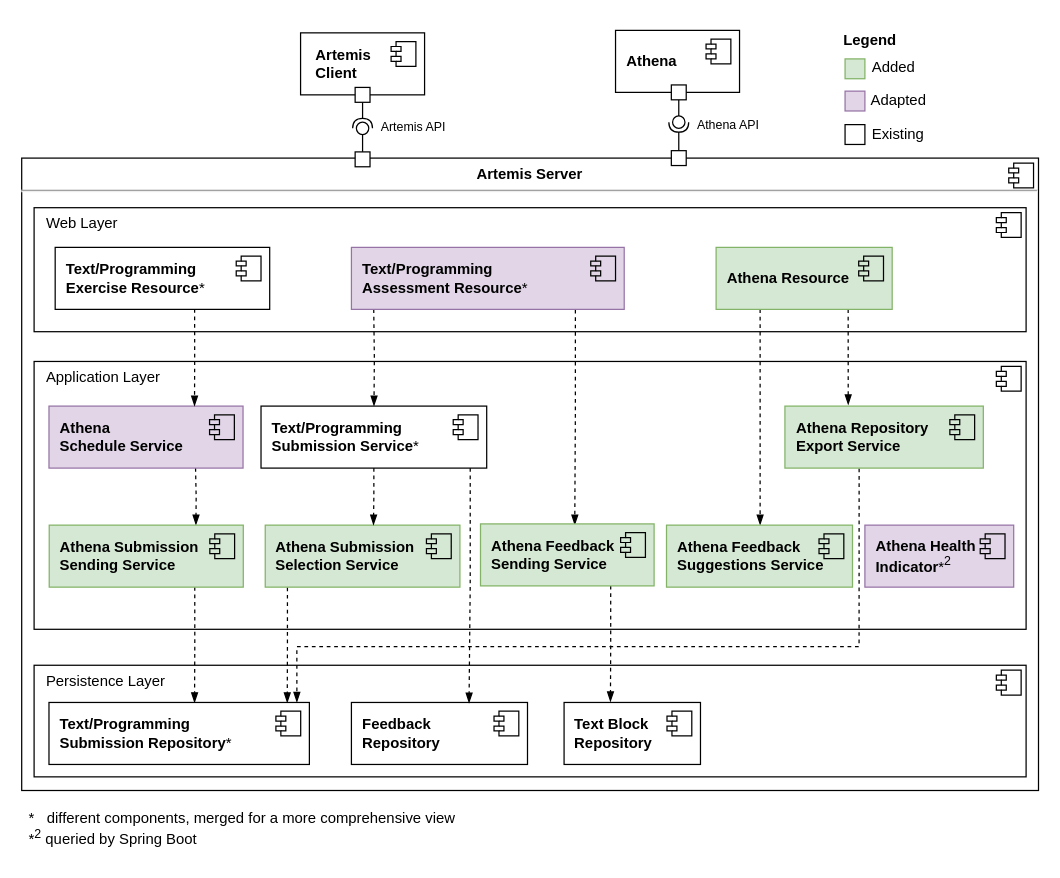
pal03377/master-thesis keeps this draw.io diagram as page "artemis-server" (5 of 11) of figures/src/subsystem-decomposition.drawio. Above is the earlier version. Source tidied: cells renumbered, new cells numbered last; positions are measured from the earlier drawing's top-left corner, leaving out a move shared by most shapes. Both pictures are drawn from the tidied source at 124%, with x=0, y=0 at pixel (21, 21).
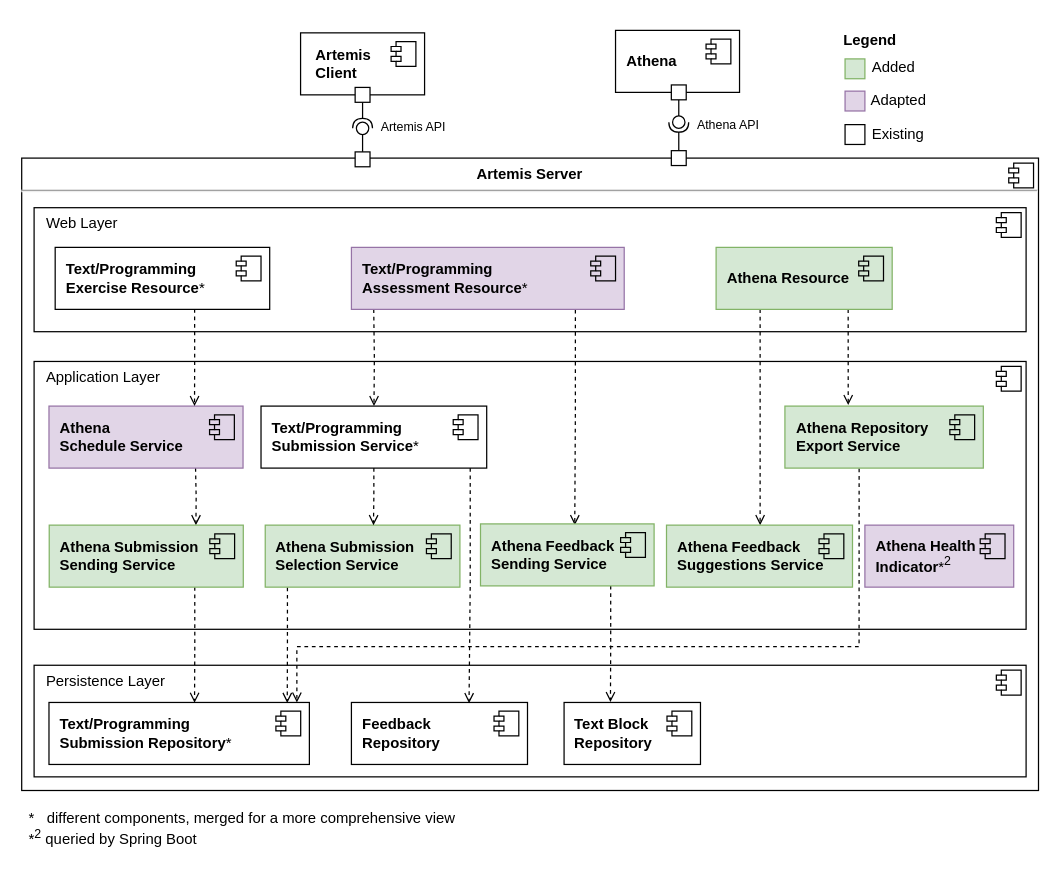
After the change.

The change refers to these unchanged cells:
```xml
<mxCell id="7" value="&lt;b&gt;Athena&lt;br&gt;Schedule Service&lt;/b&gt;" style="html=1;whiteSpace=wrap;align=left;spacingLeft=7;fillColor=#e1d5e7;strokeColor=#9673a6;" parent="1" vertex="1">
  <mxGeometry x="22" y="310" width="156.5" height="50" as="geometry" />
</mxCell>
<mxCell id="23" value="&lt;b&gt;Athena Resource&lt;/b&gt;" style="html=1;whiteSpace=wrap;align=left;spacingLeft=7;fillColor=#d5e8d4;strokeColor=#82b366;" parent="1" vertex="1">
  <mxGeometry x="560" y="182" width="142" height="50" as="geometry" />
</mxCell>
<mxCell id="27" value="&lt;b&gt;Text/Programming&lt;br&gt;Assessment Resource&lt;/b&gt;*" style="html=1;whiteSpace=wrap;align=left;spacingLeft=7;fillColor=#e1d5e7;strokeColor=#9673a6;" parent="1" vertex="1">
  <mxGeometry x="265.9" y="182" width="220" height="50" as="geometry" />
</mxCell>
<mxCell id="30" value="&lt;b&gt;Athena Submission Sending Service&lt;/b&gt;" style="html=1;whiteSpace=wrap;align=left;spacingLeft=7;fillColor=#d5e8d4;strokeColor=#82b366;" parent="1" vertex="1">
  <mxGeometry x="22.2" y="406" width="156.5" height="50" as="geometry" />
</mxCell>
<mxCell id="33" value="&lt;b&gt;Athena Submission Selection Service&lt;/b&gt;" style="html=1;whiteSpace=wrap;align=left;spacingLeft=7;fillColor=#d5e8d4;strokeColor=#82b366;" parent="1" vertex="1">
  <mxGeometry x="196.4" y="406" width="157" height="50" as="geometry" />
</mxCell>
<mxCell id="36" value="&lt;b&gt;Athena Feedback &lt;br&gt;Sending Service&lt;/b&gt;" style="html=1;whiteSpace=wrap;align=left;spacingLeft=7;fillColor=#d5e8d4;strokeColor=#82b366;" parent="1" vertex="1">
  <mxGeometry x="370" y="405" width="140" height="50" as="geometry" />
</mxCell>
<mxCell id="50" value="&lt;b&gt;Text/Programming&lt;br&gt;Submission Repository&lt;/b&gt;*" style="html=1;whiteSpace=wrap;align=left;spacingLeft=7;" parent="1" vertex="1">
  <mxGeometry x="22" y="549" width="210" height="50" as="geometry" />
</mxCell>
<mxCell id="52" value="&lt;b&gt;Feedback&lt;br&gt;Repository&lt;/b&gt;" style="html=1;whiteSpace=wrap;align=left;spacingLeft=7;" parent="1" vertex="1">
  <mxGeometry x="265.9" y="549" width="142" height="50" as="geometry" />
</mxCell>
<mxCell id="54" value="&lt;b&gt;Text Block&lt;br&gt;Repository&lt;/b&gt;" style="html=1;whiteSpace=wrap;align=left;spacingLeft=7;" parent="1" vertex="1">
  <mxGeometry x="437.4" y="549" width="110" height="50" as="geometry" />
</mxCell>
<mxCell id="59" value="&lt;b&gt;Text/Programming Submission Service&lt;/b&gt;*&lt;b&gt;&lt;br&gt;&lt;/b&gt;" style="html=1;whiteSpace=wrap;align=left;spacingLeft=7;" parent="1" vertex="1">
  <mxGeometry x="193" y="310" width="182" height="50" as="geometry" />
</mxCell>
<mxCell id="62" value="&lt;b&gt;Text/Programming&lt;br&gt;Exercise Resource&lt;/b&gt;*" style="html=1;whiteSpace=wrap;align=left;spacingLeft=7;" parent="1" vertex="1">
  <mxGeometry x="27" y="182" width="173" height="50" as="geometry" />
</mxCell>
<mxCell id="73" value="&lt;b&gt;Athena Repository&lt;br&gt;Export Service&lt;br&gt;&lt;/b&gt;" style="html=1;whiteSpace=wrap;align=left;spacingLeft=7;fillColor=#d5e8d4;strokeColor=#82b366;" parent="1" vertex="1">
  <mxGeometry x="615.5" y="310" width="160" height="50" as="geometry" />
</mxCell>
```

What changed in the source:
```diff
@@
-    <mxCell id="6" style="edgeStyle=orthogonalEdgeStyle;rounded=0;orthogonalLoop=1;jettySize=auto;html=1;exitX=0.5;exitY=1;exitDx=0;exitDy=0;entryX=0.5;entryY=0;entryDx=0;entryDy=0;endArrow=blockThin;endFill=1;dashed=1;" parent="1" edge="1">
+    <mxCell id="6" style="edgeStyle=orthogonalEdgeStyle;rounded=0;orthogonalLoop=1;jettySize=auto;html=1;exitX=0.5;exitY=1;exitDx=0;exitDy=0;entryX=0.5;entryY=0;entryDx=0;entryDy=0;endArrow=open;endFill=0;dashed=1;" parent="1" edge="1">
       <mxGeometry relative="1" as="geometry">
         <mxPoint x="140.2" y="360" as="sourcePoint" />
         <mxPoint x="140.5" y="406" as="targetPoint" />
       </mxGeometry>
     </mxCell>
@@
-    <mxCell id="21" style="edgeStyle=orthogonalEdgeStyle;rounded=0;jettySize=auto;html=1;exitX=0.75;exitY=1;exitDx=0;exitDy=0;entryX=0.319;entryY=-0.017;entryDx=0;entryDy=0;entryPerimeter=0;endArrow=blockThin;endFill=1;dashed=1;" parent="1" edge="1" source="23" target="73">
+    <mxCell id="21" style="edgeStyle=orthogonalEdgeStyle;rounded=0;jettySize=auto;html=1;exitX=0.75;exitY=1;exitDx=0;exitDy=0;entryX=0.319;entryY=-0.017;entryDx=0;entryDy=0;entryPerimeter=0;endArrow=open;endFill=0;dashed=1;" parent="1" edge="1" source="23" target="73">
       <mxGeometry relative="1" as="geometry" />
     </mxCell>
-    <mxCell id="22" style="edgeStyle=orthogonalEdgeStyle;rounded=0;jettySize=auto;html=1;exitX=0.25;exitY=1;exitDx=0;exitDy=0;entryX=0.25;entryY=0;entryDx=0;entryDy=0;endArrow=blockThin;endFill=1;dashed=1;" parent="1" edge="1" source="23">
+    <mxCell id="22" style="edgeStyle=orthogonalEdgeStyle;rounded=0;jettySize=auto;html=1;exitX=0.25;exitY=1;exitDx=0;exitDy=0;entryX=0.25;entryY=0;entryDx=0;entryDy=0;endArrow=open;endFill=0;dashed=1;" parent="1" edge="1" source="23">
       <mxGeometry relative="1" as="geometry">
         <mxPoint x="595.5" y="406" as="targetPoint" />
       </mxGeometry>
     </mxCell>
@@
-    <mxCell id="25" style="edgeStyle=orthogonalEdgeStyle;rounded=0;jettySize=auto;html=1;exitX=0.821;exitY=1.006;exitDx=0;exitDy=0;entryX=0.543;entryY=0.02;entryDx=0;entryDy=0;entryPerimeter=0;exitPerimeter=0;endArrow=blockThin;endFill=1;dashed=1;" parent="1" edge="1" source="27" target="36">
+    <mxCell id="25" style="edgeStyle=orthogonalEdgeStyle;rounded=0;jettySize=auto;html=1;exitX=0.821;exitY=1.006;exitDx=0;exitDy=0;entryX=0.543;entryY=0.02;entryDx=0;entryDy=0;entryPerimeter=0;exitPerimeter=0;endArrow=open;endFill=0;dashed=1;" parent="1" edge="1" source="27" target="36">
       <mxGeometry relative="1" as="geometry" />
     </mxCell>
-    <mxCell id="26" style="edgeStyle=orthogonalEdgeStyle;rounded=0;orthogonalLoop=1;jettySize=auto;html=1;exitX=0.25;exitY=1;exitDx=0;exitDy=0;entryX=0.704;entryY=-0.001;entryDx=0;entryDy=0;entryPerimeter=0;endArrow=blockThin;endFill=1;dashed=1;" parent="1" edge="1">
+    <mxCell id="26" style="edgeStyle=orthogonalEdgeStyle;rounded=0;orthogonalLoop=1;jettySize=auto;html=1;exitX=0.25;exitY=1;exitDx=0;exitDy=0;entryX=0.704;entryY=-0.001;entryDx=0;entryDy=0;entryPerimeter=0;endArrow=open;endFill=0;dashed=1;" parent="1" edge="1">
       <mxGeometry relative="1" as="geometry">
         <mxPoint x="283.9" y="232" as="sourcePoint" />
         <mxPoint x="284.1" y="310" as="targetPoint" />
       </mxGeometry>
     </mxCell>
@@
-    <mxCell id="29" style="edgeStyle=orthogonalEdgeStyle;rounded=0;jettySize=auto;html=1;exitX=0.75;exitY=1;exitDx=0;exitDy=0;entryX=0.559;entryY=0.006;entryDx=0;entryDy=0;entryPerimeter=0;endArrow=blockThin;endFill=1;dashed=1;" parent="1" edge="1" source="30" target="50">
+    <mxCell id="29" style="edgeStyle=orthogonalEdgeStyle;rounded=0;jettySize=auto;html=1;exitX=0.75;exitY=1;exitDx=0;exitDy=0;entryX=0.559;entryY=0.006;entryDx=0;entryDy=0;entryPerimeter=0;endArrow=open;endFill=0;dashed=1;" parent="1" edge="1" source="30" target="50">
       <mxGeometry relative="1" as="geometry" />
     </mxCell>
@@
-    <mxCell id="32" style="edgeStyle=orthogonalEdgeStyle;rounded=0;jettySize=auto;html=1;exitX=0.114;exitY=1.005;exitDx=0;exitDy=0;entryX=0.915;entryY=0.008;entryDx=0;entryDy=0;entryPerimeter=0;endArrow=blockThin;endFill=1;exitPerimeter=0;dashed=1;" parent="1" edge="1" source="33" target="50">
+    <mxCell id="32" style="edgeStyle=orthogonalEdgeStyle;rounded=0;jettySize=auto;html=1;exitX=0.114;exitY=1.005;exitDx=0;exitDy=0;entryX=0.915;entryY=0.008;entryDx=0;entryDy=0;entryPerimeter=0;endArrow=open;endFill=0;exitPerimeter=0;dashed=1;" parent="1" edge="1" source="33" target="50">
       <mxGeometry relative="1" as="geometry" />
     </mxCell>
@@
-    <mxCell id="35" style="edgeStyle=orthogonalEdgeStyle;rounded=0;jettySize=auto;html=1;exitX=0.75;exitY=1;exitDx=0;exitDy=0;entryX=0.34;entryY=-0.007;entryDx=0;entryDy=0;entryPerimeter=0;endArrow=blockThin;endFill=1;dashed=1;" parent="1" edge="1" source="36" target="54">
+    <mxCell id="35" style="edgeStyle=orthogonalEdgeStyle;rounded=0;jettySize=auto;html=1;exitX=0.75;exitY=1;exitDx=0;exitDy=0;entryX=0.34;entryY=-0.007;entryDx=0;entryDy=0;entryPerimeter=0;endArrow=open;endFill=0;dashed=1;" parent="1" edge="1" source="36" target="54">
       <mxGeometry relative="1" as="geometry" />
     </mxCell>
@@
-    <mxCell id="57" style="edgeStyle=orthogonalEdgeStyle;rounded=0;jettySize=auto;html=1;exitX=0.5;exitY=1;exitDx=0;exitDy=0;entryX=0.556;entryY=0;entryDx=0;entryDy=0;entryPerimeter=0;endArrow=blockThin;endFill=1;dashed=1;" parent="1" edge="1" source="59" target="33">
+    <mxCell id="57" style="edgeStyle=orthogonalEdgeStyle;rounded=0;jettySize=auto;html=1;exitX=0.5;exitY=1;exitDx=0;exitDy=0;entryX=0.556;entryY=0;entryDx=0;entryDy=0;entryPerimeter=0;endArrow=open;endFill=0;dashed=1;" parent="1" edge="1" source="59" target="33">
       <mxGeometry relative="1" as="geometry" />
     </mxCell>
-    <mxCell id="58" style="edgeStyle=orthogonalEdgeStyle;rounded=0;jettySize=auto;html=1;exitX=0.927;exitY=0.999;exitDx=0;exitDy=0;exitPerimeter=0;endArrow=blockThin;endFill=1;entryX=0.668;entryY=0.011;entryDx=0;entryDy=0;entryPerimeter=0;dashed=1;" parent="1" edge="1" source="59" target="52">
+    <mxCell id="58" style="edgeStyle=orthogonalEdgeStyle;rounded=0;jettySize=auto;html=1;exitX=0.927;exitY=0.999;exitDx=0;exitDy=0;exitPerimeter=0;endArrow=open;endFill=0;entryX=0.668;entryY=0.011;entryDx=0;entryDy=0;entryPerimeter=0;dashed=1;" parent="1" edge="1" source="59" target="52">
       <mxGeometry relative="1" as="geometry" />
     </mxCell>
@@
-    <mxCell id="61" style="edgeStyle=orthogonalEdgeStyle;rounded=0;jettySize=auto;html=1;exitX=0.65;exitY=0.996;exitDx=0;exitDy=0;entryX=0.75;entryY=0;entryDx=0;entryDy=0;endArrow=blockThin;endFill=1;exitPerimeter=0;dashed=1;" parent="1" edge="1" source="62" target="7">
+    <mxCell id="61" style="edgeStyle=orthogonalEdgeStyle;rounded=0;jettySize=auto;html=1;exitX=0.65;exitY=0.996;exitDx=0;exitDy=0;entryX=0.75;entryY=0;entryDx=0;entryDy=0;endArrow=open;endFill=0;exitPerimeter=0;dashed=1;" parent="1" edge="1" source="62" target="7">
       <mxGeometry relative="1" as="geometry" />
     </mxCell>
@@
-    <mxCell id="72" style="edgeStyle=orthogonalEdgeStyle;rounded=0;jettySize=auto;html=1;exitX=0.374;exitY=1.006;exitDx=0;exitDy=0;endArrow=blockThin;endFill=1;entryX=0.952;entryY=0.001;entryDx=0;entryDy=0;entryPerimeter=0;exitPerimeter=0;dashed=1;" parent="1" edge="1" source="73" target="50">
+    <mxCell id="72" style="edgeStyle=orthogonalEdgeStyle;rounded=0;jettySize=auto;html=1;exitX=0.374;exitY=1.006;exitDx=0;exitDy=0;endArrow=open;endFill=0;entryX=0.952;entryY=0.001;entryDx=0;entryDy=0;entryPerimeter=0;exitPerimeter=0;dashed=1;" parent="1" edge="1" source="73" target="50">
       <mxGeometry relative="1" as="geometry">
         <Array as="points">
           <mxPoint x="675" y="504" />
           <mxPoint x="222" y="504" />
         </Array>
       </mxGeometry>
     </mxCell>
```
